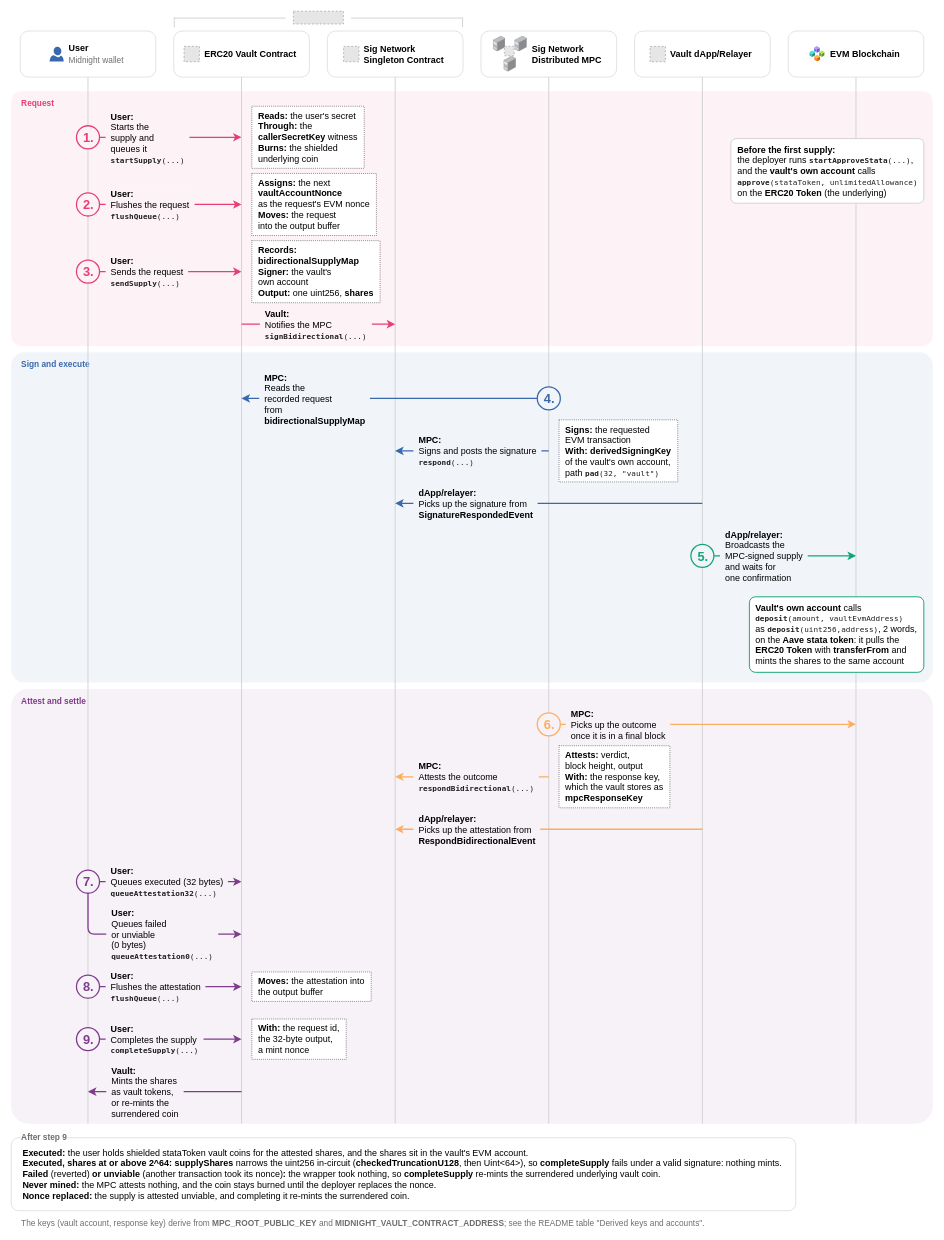
Before: examples/erc20-vault/docs/supply/supply.drawio in sig-net/midnight-examples, a draw.io diagram. Source tidied: cells renumbered, new cells numbered last; positions are measured from the earlier drawing's top-left corner, leaving out a move shared by most shapes. Both pictures are drawn from the tidied source at 64%, with x=0, y=0 at pixel (11, 11). Pictures stored in the file or linked from it are replaced by grey dashed boxes.
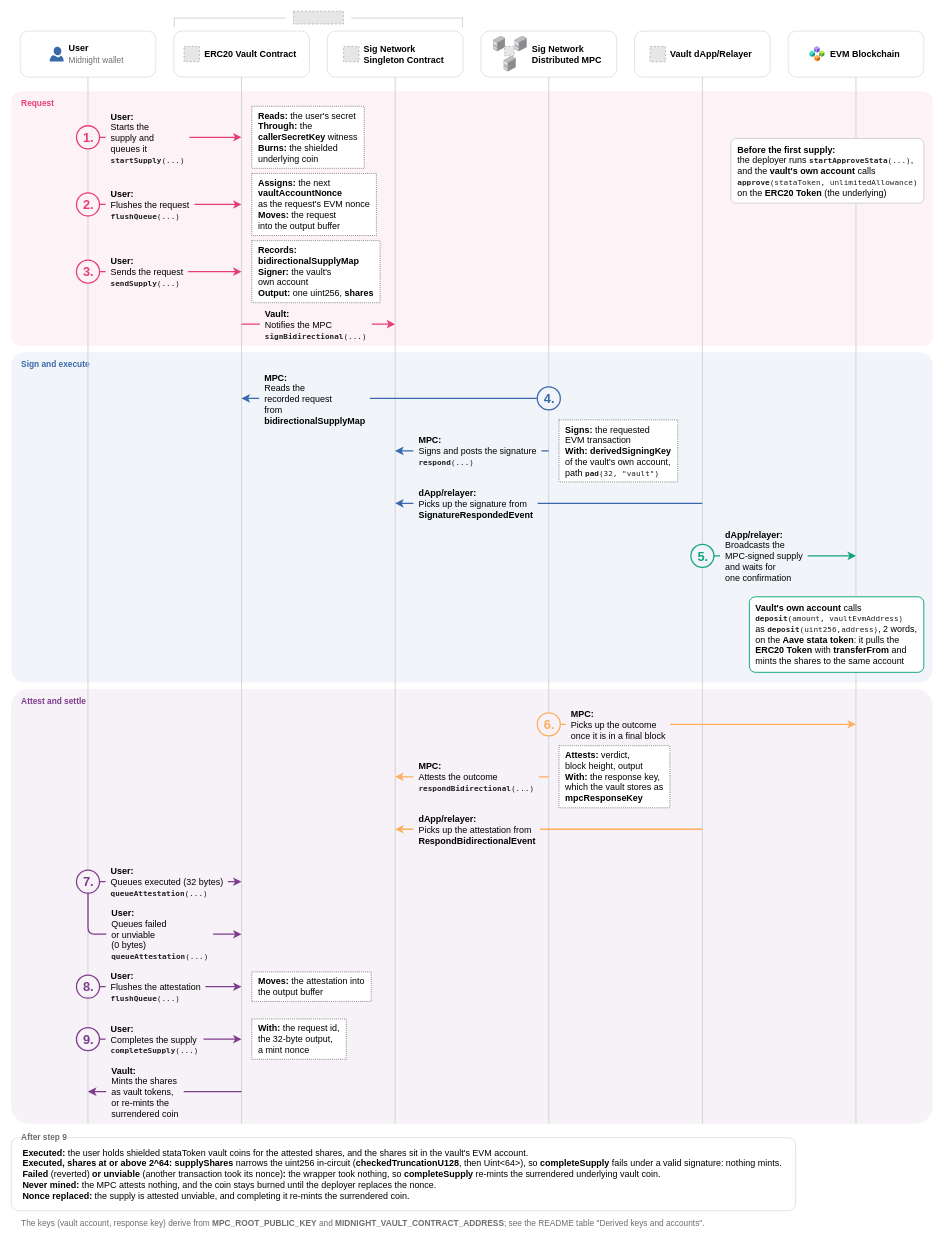
Above is the later version.

Unchanged cells that the change refers to:
```xml
<mxCell id="73" style="exitX=1;exitY=0.50000;exitDx=0;exitDy=0;entryX=0.5;entryY=0.76884;entryDx=0;entryDy=0;html=1;strokeColor=#7F3C8D;rounded=1;arcSize=20;strokeWidth=2;exitPerimeter=0;entryPerimeter=0;endSize=7;" parent="1" edge="1" source="91" target="13">
  <mxGeometry relative="1" as="geometry" />
</mxCell>
<mxCell id="75" style="exitX=0.5;exitY=1;exitDx=0;exitDy=0;entryX=0.5;entryY=0.81898;entryDx=0;entryDy=0;html=1;strokeColor=#7F3C8D;rounded=1;arcSize=20;strokeWidth=2;exitPerimeter=0;entryPerimeter=0;endSize=7;" parent="1" edge="1" source="91" target="13">
  <mxGeometry relative="1" as="geometry">
    <Array as="points">
      <mxPoint x="120" y="1442.2" />
    </Array>
  </mxGeometry>
</mxCell>
```

Diff of the diagram source:
```diff
@@
-    <mxCell id="74" value="&amp;nbsp;&amp;nbsp;&lt;b&gt;User:&lt;/b&gt;&amp;nbsp;&amp;nbsp;&lt;br&gt;&amp;nbsp;&amp;nbsp;Queues executed (32 bytes)&amp;nbsp;&amp;nbsp;&lt;br&gt;&amp;nbsp;&amp;nbsp;&lt;span style=&quot;font-family: Menlo, Monaco, 'Courier New', monospace; font-size: 12px; color: rgb(32, 32, 32);&quot;&gt;&lt;b&gt;queueAttestation32&lt;/b&gt;(...)&lt;/span&gt;&amp;nbsp;&amp;nbsp;" style="edgeLabel;html=1;align=left;verticalAlign=middle;labelBackgroundColor=#F6F2F7;spacing=0;fontSize=14;" parent="73" vertex="1">
+    <mxCell id="74" value="&amp;nbsp;&amp;nbsp;&lt;b&gt;User:&lt;/b&gt;&amp;nbsp;&amp;nbsp;&lt;br&gt;&amp;nbsp;&amp;nbsp;Queues executed (32 bytes)&amp;nbsp;&amp;nbsp;&lt;br&gt;&amp;nbsp;&amp;nbsp;&lt;span style=&quot;font-family: Menlo, Monaco, 'Courier New', monospace; font-size: 12px; color: rgb(32, 32, 32);&quot;&gt;&lt;b&gt;queueAttestation&lt;/b&gt;(...)&lt;/span&gt;&amp;nbsp;&amp;nbsp;" style="edgeLabel;html=1;align=left;verticalAlign=middle;labelBackgroundColor=#F6F2F7;spacing=0;fontSize=14;" parent="73" vertex="1">
       <mxGeometry x="-0.91" relative="1" as="geometry" />
     </mxCell>
@@
-    <mxCell id="76" value="&amp;nbsp;&amp;nbsp;&lt;b&gt;User:&lt;/b&gt;&amp;nbsp;&amp;nbsp;&lt;br&gt;&amp;nbsp;&amp;nbsp;Queues failed&amp;nbsp;&amp;nbsp;&lt;br&gt;&amp;nbsp;&amp;nbsp;or unviable&amp;nbsp;&amp;nbsp;&lt;br&gt;&amp;nbsp;&amp;nbsp;(0 bytes)&amp;nbsp;&amp;nbsp;&lt;br&gt;&amp;nbsp;&amp;nbsp;&lt;span style=&quot;font-family: Menlo, Monaco, 'Courier New', monospace; font-size: 12px; color: rgb(32, 32, 32);&quot;&gt;&lt;b&gt;queueAttestation0&lt;/b&gt;(...)&lt;/span&gt;&amp;nbsp;&amp;nbsp;" style="edgeLabel;html=1;align=left;verticalAlign=middle;labelBackgroundColor=#F6F2F7;spacing=0;fontSize=14;" parent="75" vertex="1">
+    <mxCell id="76" value="&amp;nbsp;&amp;nbsp;&lt;b&gt;User:&lt;/b&gt;&amp;nbsp;&amp;nbsp;&lt;br&gt;&amp;nbsp;&amp;nbsp;Queues failed&amp;nbsp;&amp;nbsp;&lt;br&gt;&amp;nbsp;&amp;nbsp;or unviable&amp;nbsp;&amp;nbsp;&lt;br&gt;&amp;nbsp;&amp;nbsp;(0 bytes)&amp;nbsp;&amp;nbsp;&lt;br&gt;&amp;nbsp;&amp;nbsp;&lt;span style=&quot;font-family: Menlo, Monaco, 'Courier New', monospace; font-size: 12px; color: rgb(32, 32, 32);&quot;&gt;&lt;b&gt;queueAttestation&lt;/b&gt;(...)&lt;/span&gt;&amp;nbsp;&amp;nbsp;" style="edgeLabel;html=1;align=left;verticalAlign=middle;labelBackgroundColor=#F6F2F7;spacing=0;fontSize=14;" parent="75" vertex="1">
       <mxGeometry x="-0.39" relative="1" as="geometry" />
     </mxCell>
```
